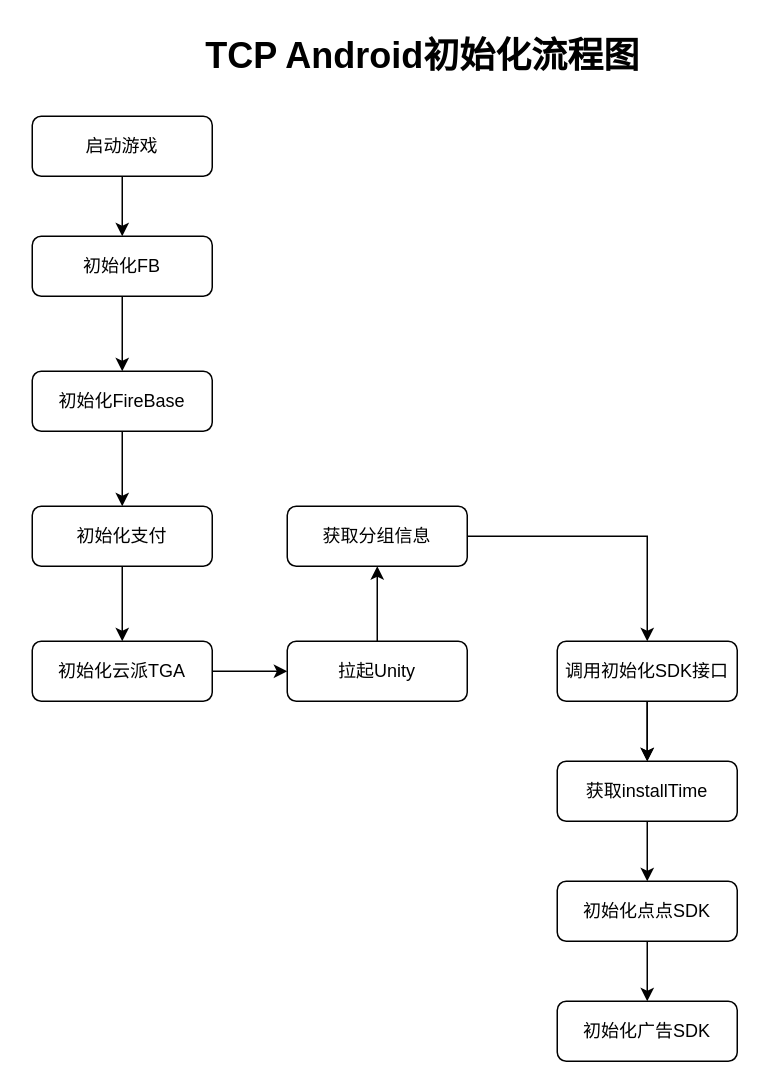
This is TCPLaunch.drawio from zhoushiyurop/work-dd, a draw.io file, before an edit. Source tidied: cells renumbered, new cells numbered last; positions are measured from the earlier drawing's top-left corner, leaving out a move shared by most shapes. Both pictures are drawn from the tidied source at 150%, with x=0, y=0 at pixel (32, 26).
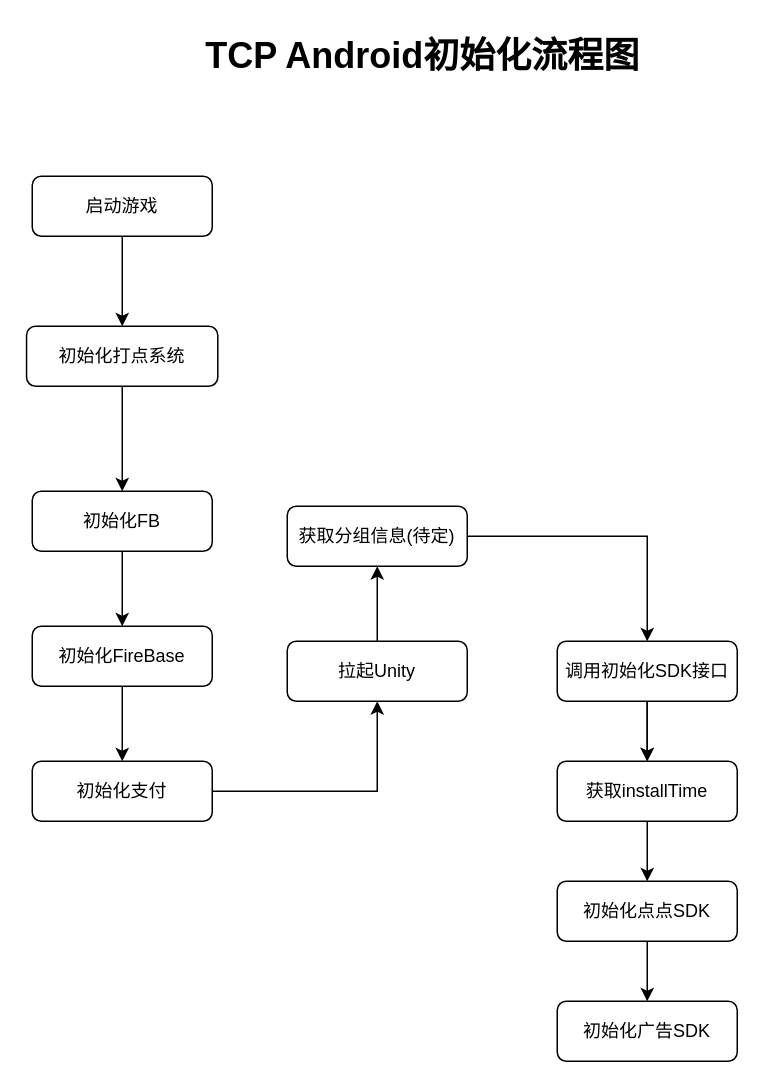
Above is the later version.

Unchanged cells that the change refers to:
```xml
<mxCell id="12" value="拉起Unity" style="rounded=1;whiteSpace=wrap;html=1;fontSize=12;glass=0;strokeWidth=1;shadow=0;" parent="1" vertex="1">
  <mxGeometry x="170" y="410" width="120" height="40" as="geometry" />
</mxCell>
```

Change to the diagram source:
```diff
@@
     <mxCell id="3" value="初始化FB" style="rounded=1;whiteSpace=wrap;html=1;fontSize=12;glass=0;strokeWidth=1;shadow=0;" parent="1" vertex="1">
-      <mxGeometry y="140" width="120" height="40" as="geometry" />
+      <mxGeometry y="310" width="120" height="40" as="geometry" />
     </mxCell>
@@
     <mxCell id="5" value="初始化FireBase" style="rounded=1;whiteSpace=wrap;html=1;fontSize=12;glass=0;strokeWidth=1;shadow=0;" parent="1" vertex="1">
-      <mxGeometry y="230" width="120" height="40" as="geometry" />
+      <mxGeometry y="400" width="120" height="40" as="geometry" />
     </mxCell>
@@
-    <mxCell id="7" style="edgeStyle=orthogonalEdgeStyle;rounded=0;jettySize=auto;html=1;entryX=0.5;entryY=0;entryDx=0;entryDy=0;" parent="1" edge="1" source="8" target="10">
-      <mxGeometry relative="1" as="geometry" />
-    </mxCell>
+    <mxCell id="25" style="edgeStyle=orthogonalEdgeStyle;rounded=0;jettySize=auto;html=1;entryX=0.5;entryY=1;entryDx=0;entryDy=0;" parent="1" edge="1" source="8" target="12">
+      <mxGeometry relative="1" as="geometry" />
+    </mxCell>
     <mxCell id="8" value="初始化支付" style="rounded=1;whiteSpace=wrap;html=1;fontSize=12;glass=0;strokeWidth=1;shadow=0;" parent="1" vertex="1">
-      <mxGeometry y="320" width="120" height="40" as="geometry" />
+      <mxGeometry y="490" width="120" height="40" as="geometry" />
     </mxCell>
-    <mxCell id="9" style="edgeStyle=orthogonalEdgeStyle;rounded=0;jettySize=auto;html=1;" parent="1" edge="1" source="10" target="12">
-      <mxGeometry relative="1" as="geometry" />
-    </mxCell>
-    <mxCell id="10" value="初始化云派TGA" style="rounded=1;whiteSpace=wrap;html=1;fontSize=12;glass=0;strokeWidth=1;shadow=0;" parent="1" vertex="1">
-      <mxGeometry y="410" width="120" height="40" as="geometry" />
-    </mxCell>
@@
-    <mxCell id="22" value="获取分组信息" style="rounded=1;whiteSpace=wrap;html=1;fontSize=12;glass=0;strokeWidth=1;shadow=0;" parent="1" vertex="1">
+    <mxCell id="22" value="获取分组信息(待定)" style="rounded=1;whiteSpace=wrap;html=1;fontSize=12;glass=0;strokeWidth=1;shadow=0;" parent="1" vertex="1">
       <mxGeometry x="170" y="320" width="120" height="40" as="geometry" />
     </mxCell>
-    <mxCell id="23" style="edgeStyle=orthogonalEdgeStyle;rounded=0;jettySize=auto;html=1;entryX=0.5;entryY=0;entryDx=0;entryDy=0;" parent="1" edge="1" source="24" target="3">
-      <mxGeometry relative="1" as="geometry" />
-    </mxCell>
+    <mxCell id="26" style="edgeStyle=orthogonalEdgeStyle;rounded=0;jettySize=auto;html=1;" parent="1" edge="1" source="24" target="28">
+      <mxGeometry relative="1" as="geometry" />
+    </mxCell>
     <mxCell id="24" value="启动游戏" style="rounded=1;whiteSpace=wrap;html=1;fontSize=12;glass=0;strokeWidth=1;shadow=0;" parent="1" vertex="1">
-      <mxGeometry y="60" width="120" height="40" as="geometry" />
+      <mxGeometry y="100" width="120" height="40" as="geometry" />
     </mxCell>
+    <mxCell id="27" style="edgeStyle=orthogonalEdgeStyle;rounded=0;jettySize=auto;html=1;entryX=0.5;entryY=0;entryDx=0;entryDy=0;" parent="1" edge="1" source="28" target="3">
+      <mxGeometry relative="1" as="geometry" />
+    </mxCell>
+    <mxCell id="28" value="初始化打点系统" style="rounded=1;whiteSpace=wrap;html=1;fontSize=12;glass=0;strokeWidth=1;shadow=0;" parent="1" vertex="1">
+      <mxGeometry x="-3.8" y="200" width="127.5" height="40" as="geometry" />
+    </mxCell>
```
